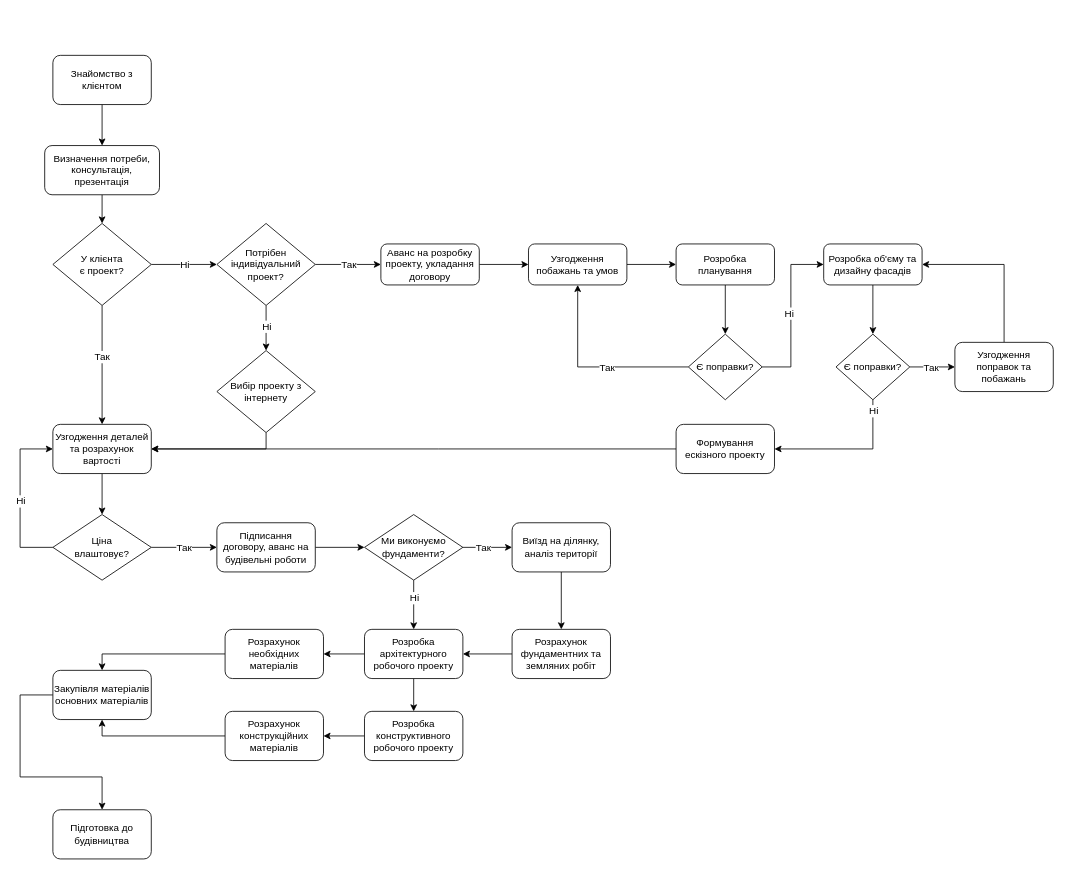
The draw.io diagram Untitled Diagram.drawio in ivankadykalo/Draw.io, before the edit. Source tidied: cells renumbered, new cells numbered last; positions are measured from the earlier drawing's top-left corner, leaving out a move shared by most shapes. Both pictures are drawn from the tidied source at 82%, with x=0, y=0 at pixel (20, 55).
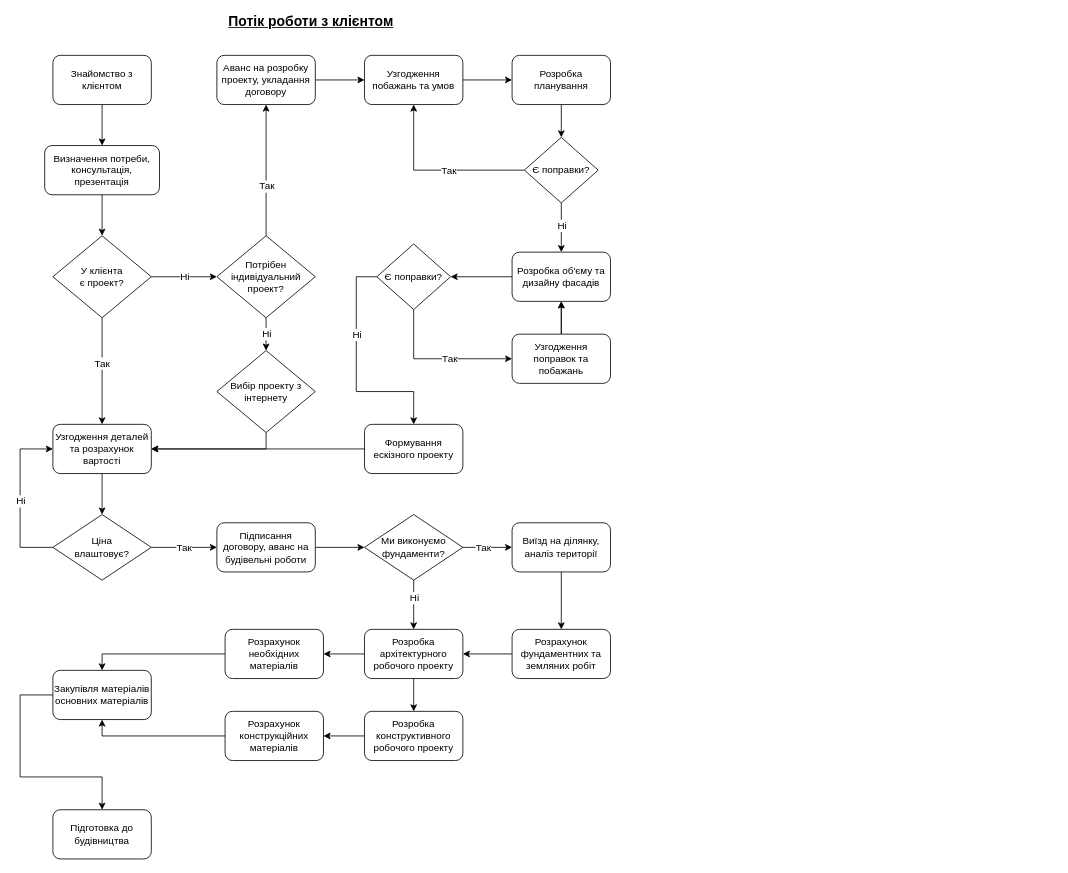
After the change.

Diff of the diagram source:
```diff
@@
     <mxCell id="8" value="У клієнта &lt;br&gt;є проект?" style="rhombus;whiteSpace=wrap;html=1;" parent="1" vertex="1">
-      <mxGeometry x="40" y="205" width="120" height="100" as="geometry" />
+      <mxGeometry x="40" y="220" width="120" height="100" as="geometry" />
     </mxCell>
-    <mxCell id="9" style="edgeStyle=orthogonalEdgeStyle;rounded=0;jettySize=auto;html=1;entryX=0;entryY=0.5;entryDx=0;entryDy=0;" parent="1" edge="1" source="13" target="39">
+    <mxCell id="9" style="edgeStyle=orthogonalEdgeStyle;rounded=0;jettySize=auto;html=1;entryX=0.5;entryY=1;entryDx=0;entryDy=0;" parent="1" edge="1" source="13" target="39">
       <mxGeometry relative="1" as="geometry" />
     </mxCell>
     <mxCell id="10" value="Так" style="text;html=1;align=center;verticalAlign=middle;labelBackgroundColor=#ffffff;" parent="9" vertex="1">
       <mxGeometry x="-0.25" y="-1" relative="1" as="geometry">
-        <mxPoint x="10" y="-1" as="offset" />
+        <mxPoint x="-1" y="-1" as="offset" />
       </mxGeometry>
     </mxCell>
@@
     <mxCell id="13" value="Потрібен індивідуальний &lt;br&gt;проект?" style="rhombus;whiteSpace=wrap;html=1;" parent="1" vertex="1">
-      <mxGeometry x="240" y="205" width="120" height="100" as="geometry" />
+      <mxGeometry x="240" y="220" width="120" height="100" as="geometry" />
     </mxCell>
@@
     <mxCell id="17" value="Узгодження побажань та умов" style="rounded=1;whiteSpace=wrap;html=1;" parent="1" vertex="1">
-      <mxGeometry x="620" y="230" width="120" height="50" as="geometry" />
+      <mxGeometry x="420" width="120" height="60" as="geometry" />
     </mxCell>
@@
     <mxCell id="19" value="Розробка планування" style="rounded=1;whiteSpace=wrap;html=1;" parent="1" vertex="1">
-      <mxGeometry x="800" y="230" width="120" height="50" as="geometry" />
+      <mxGeometry x="600" width="120" height="60" as="geometry" />
     </mxCell>
@@
     <mxCell id="39" value="Аванс на розробку проекту, укладання договору" style="rounded=1;whiteSpace=wrap;html=1;" parent="1" vertex="1">
-      <mxGeometry x="440" y="230" width="120" height="50" as="geometry" />
+      <mxGeometry x="240" width="120" height="60" as="geometry" />
     </mxCell>
@@
-    <mxCell id="42" style="edgeStyle=orthogonalEdgeStyle;rounded=0;jettySize=auto;html=1;exitX=1;exitY=0.5;exitDx=0;exitDy=0;entryX=0;entryY=0.5;entryDx=0;entryDy=0;" parent="1" edge="1" source="44" target="46">
+    <mxCell id="42" style="edgeStyle=orthogonalEdgeStyle;rounded=0;jettySize=auto;html=1;exitX=0.5;exitY=1;exitDx=0;exitDy=0;entryX=0.5;entryY=0;entryDx=0;entryDy=0;" parent="1" edge="1" source="44" target="46">
       <mxGeometry relative="1" as="geometry">
         <Array as="points">
-          <mxPoint x="940" y="380" />
-          <mxPoint x="940" y="255" />
+          <mxPoint x="660" y="230" />
+          <mxPoint x="660" y="230" />
         </Array>
       </mxGeometry>
     </mxCell>
     <mxCell id="43" value="Ні" style="text;html=1;align=center;verticalAlign=middle;labelBackgroundColor=#ffffff;" parent="42" vertex="1">
       <mxGeometry x="-0.13" y="-1" relative="1" as="geometry">
-        <mxPoint x="-3.5" y="-13.5" as="offset" />
+        <mxPoint x="1" y="1" as="offset" />
       </mxGeometry>
     </mxCell>
     <mxCell id="44" value="Є поправки?" style="rhombus;whiteSpace=wrap;html=1;" parent="1" vertex="1">
-      <mxGeometry x="815" y="340" width="90" height="80" as="geometry" />
+      <mxGeometry x="615" y="100" width="90" height="80" as="geometry" />
     </mxCell>
-    <mxCell id="45" style="edgeStyle=orthogonalEdgeStyle;rounded=0;jettySize=auto;html=1;exitX=0.5;exitY=1;exitDx=0;exitDy=0;" parent="1" edge="1" source="46" target="50">
+    <mxCell id="45" style="edgeStyle=orthogonalEdgeStyle;rounded=0;jettySize=auto;html=1;exitX=0;exitY=0.5;exitDx=0;exitDy=0;" parent="1" edge="1" source="46" target="50">
       <mxGeometry relative="1" as="geometry" />
     </mxCell>
     <mxCell id="46" value="Розробка об'єму та дизайну фасадів" style="rounded=1;whiteSpace=wrap;html=1;" parent="1" vertex="1">
-      <mxGeometry x="980" y="230" width="120" height="50" as="geometry" />
+      <mxGeometry x="600" y="240" width="120" height="60" as="geometry" />
     </mxCell>
-    <mxCell id="47" style="edgeStyle=orthogonalEdgeStyle;rounded=0;jettySize=auto;html=1;exitX=1;exitY=0.5;exitDx=0;exitDy=0;entryX=0;entryY=0.5;entryDx=0;entryDy=0;" parent="1" edge="1" source="50" target="52">
-      <mxGeometry relative="1" as="geometry" />
+    <mxCell id="47" style="edgeStyle=orthogonalEdgeStyle;rounded=0;jettySize=auto;html=1;exitX=0.5;exitY=1;exitDx=0;exitDy=0;entryX=0;entryY=0.5;entryDx=0;entryDy=0;" parent="1" edge="1" source="50" target="52">
+      <mxGeometry relative="1" as="geometry">
+        <Array as="points">
+          <mxPoint x="480" y="370" />
+        </Array>
+      </mxGeometry>
     </mxCell>
@@
     <mxCell id="50" value="Є поправки?" style="rhombus;whiteSpace=wrap;html=1;" parent="1" vertex="1">
-      <mxGeometry x="995" y="340" width="90" height="80" as="geometry" />
+      <mxGeometry x="435" y="230" width="90" height="80" as="geometry" />
     </mxCell>
-    <mxCell id="51" style="edgeStyle=orthogonalEdgeStyle;rounded=0;jettySize=auto;html=1;exitX=0.5;exitY=0;exitDx=0;exitDy=0;entryX=1;entryY=0.5;entryDx=0;entryDy=0;" parent="1" edge="1" source="52" target="46">
-      <mxGeometry relative="1" as="geometry" />
+    <mxCell id="51" style="edgeStyle=orthogonalEdgeStyle;rounded=0;jettySize=auto;html=1;exitX=0.5;exitY=0;exitDx=0;exitDy=0;entryX=0.5;entryY=1;entryDx=0;entryDy=0;" parent="1" edge="1" source="52" target="46">
+      <mxGeometry relative="1" as="geometry">
+        <Array as="points">
+          <mxPoint x="660" y="330" />
+          <mxPoint x="660" y="330" />
+        </Array>
+      </mxGeometry>
     </mxCell>
+    <mxCell id="70" style="edgeStyle=orthogonalEdgeStyle;rounded=0;jettySize=auto;html=1;fontSize=17;" parent="1" edge="1" source="52" target="46">
+      <mxGeometry relative="1" as="geometry" />
+    </mxCell>
     <mxCell id="52" value="Узгодження поправок та побажань" style="rounded=1;whiteSpace=wrap;html=1;" parent="1" vertex="1">
-      <mxGeometry x="1140" y="350" width="120" height="60" as="geometry" />
+      <mxGeometry x="600" y="340" width="120" height="60" as="geometry" />
     </mxCell>
@@
     <mxCell id="55" value="Формування ескізного проекту" style="rounded=1;whiteSpace=wrap;html=1;" parent="1" vertex="1">
-      <mxGeometry x="800" y="450" width="120" height="60" as="geometry" />
+      <mxGeometry x="420" y="450" width="120" height="60" as="geometry" />
     </mxCell>
-    <mxCell id="56" style="edgeStyle=orthogonalEdgeStyle;rounded=0;jettySize=auto;html=1;exitX=0.5;exitY=1;exitDx=0;exitDy=0;entryX=1;entryY=0.5;entryDx=0;entryDy=0;" parent="1" edge="1" source="50" target="55">
-      <mxGeometry relative="1" as="geometry" />
+    <mxCell id="56" style="edgeStyle=orthogonalEdgeStyle;rounded=0;jettySize=auto;html=1;exitX=0;exitY=0.5;exitDx=0;exitDy=0;entryX=0.5;entryY=0;entryDx=0;entryDy=0;" parent="1" edge="1" source="50" target="55">
+      <mxGeometry relative="1" as="geometry">
+        <Array as="points">
+          <mxPoint x="410" y="270" />
+          <mxPoint x="410" y="410" />
+          <mxPoint x="480" y="410" />
+        </Array>
+      </mxGeometry>
     </mxCell>
     <mxCell id="57" value="Ні" style="text;html=1;align=center;verticalAlign=middle;labelBackgroundColor=#ffffff;" parent="56" vertex="1">
       <mxGeometry x="-0.96" y="2" relative="1" as="geometry">
-        <mxPoint x="-2" y="9.7" as="offset" />
+        <mxPoint x="-18.8" y="68" as="offset" />
       </mxGeometry>
     </mxCell>
@@
+    <mxCell id="71" value="Потік роботи з клієнтом" style="text;html=1;strokeColor=none;fillColor=none;align=center;verticalAlign=middle;whiteSpace=wrap;rounded=0;fontSize=17;fontStyle=5;" parent="1" vertex="1">
+      <mxGeometry x="170" y="-50" width="370" height="20" as="geometry" />
+    </mxCell>
```
